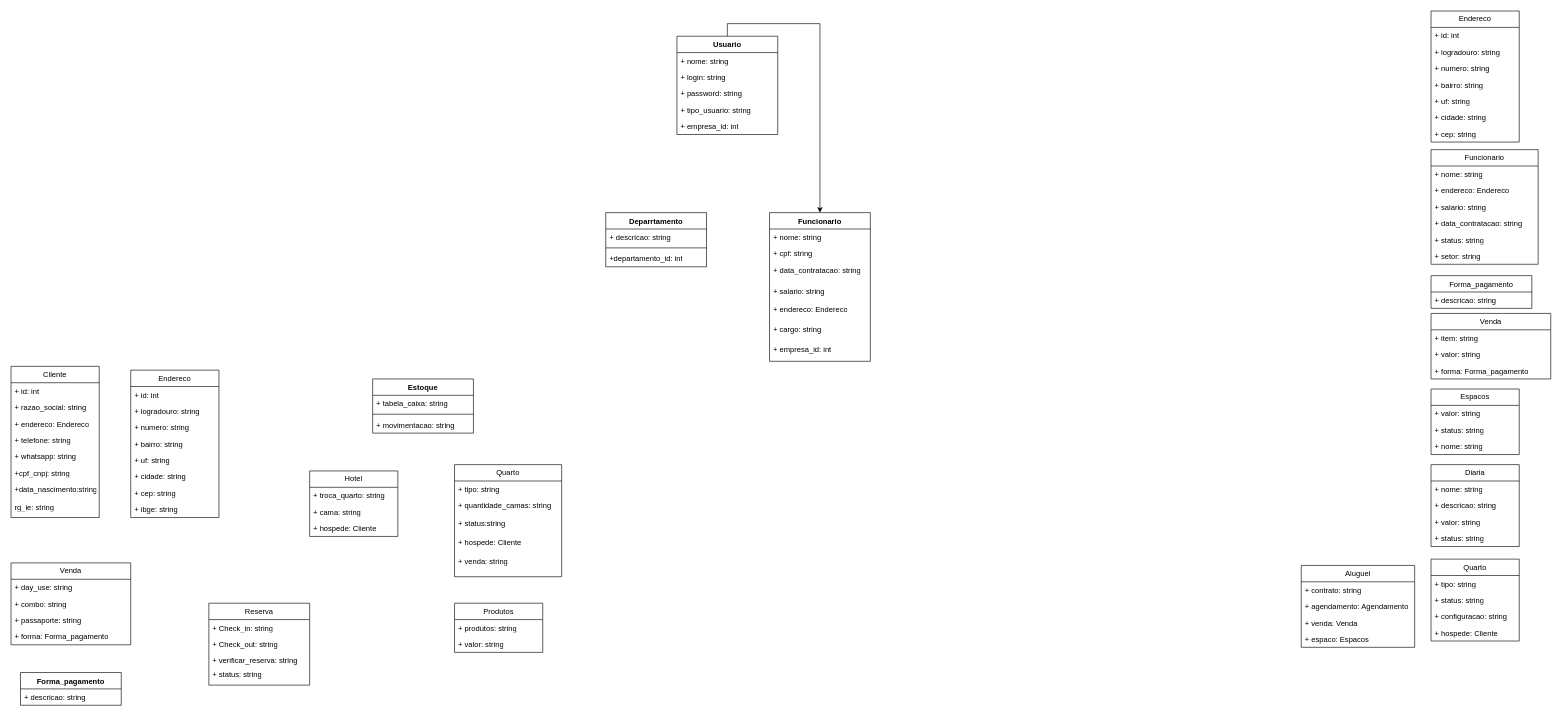
This is page "Geral" (1 of 2) of Diagrama sem nome.drawio from FSOFTSistemas/Lago, a draw.io file, before an edit. Source tidied: cells renumbered, new cells numbered last; positions are measured from the earlier drawing's top-left corner, leaving out a move shared by most shapes. Both pictures are drawn from the tidied source at 63%, with x=0, y=0 at pixel (11, 11).
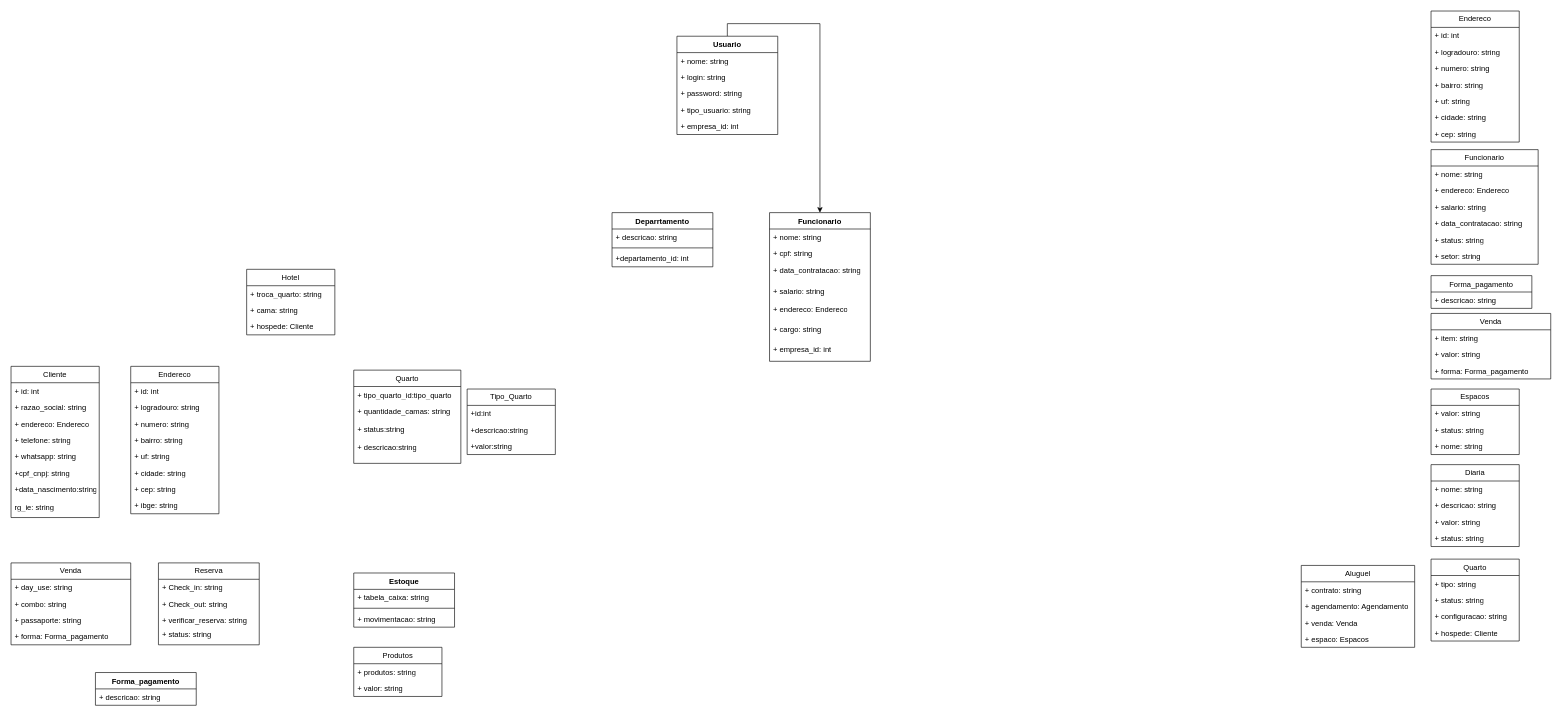
After the change.

Change to the diagram source:
```diff
@@
     <mxCell id="36" value="Forma_pagamento" style="swimlane;fontStyle=1;align=center;verticalAlign=top;horizontal=1;startSize=26;whiteSpace=wrap;html=1;" parent="1" vertex="1">
-      <mxGeometry x="15" y="1050" width="160" height="52" as="geometry" />
+      <mxGeometry x="134" y="1050" width="160" height="52" as="geometry" />
     </mxCell>
@@
     <mxCell id="53" value="Hotel" style="swimlane;fontStyle=0;horizontal=1;startSize=26;fillColor=none;whiteSpace=wrap;html=1;" parent="1" vertex="1">
-      <mxGeometry x="474" y="730" width="140" height="104" as="geometry" />
+      <mxGeometry x="374" y="410" width="140" height="104" as="geometry" />
     </mxCell>
@@
     <mxCell id="57" value="Quarto" style="swimlane;fontStyle=0;horizontal=1;startSize=26;fillColor=none;whiteSpace=wrap;html=1;" parent="1" vertex="1">
-      <mxGeometry x="704" y="720" width="170" height="178" as="geometry" />
+      <mxGeometry x="544" y="570" width="170" height="148" as="geometry" />
     </mxCell>
-    <mxCell id="58" value="+ tipo: string" style="text;strokeColor=none;fillColor=none;align=left;verticalAlign=top;spacingLeft=4;spacingRight=4;overflow=hidden;whiteSpace=wrap;html=1;" parent="57" vertex="1">
+    <mxCell id="58" value="+ tipo_quarto_id:tipo_quarto" style="text;strokeColor=none;fillColor=none;align=left;verticalAlign=top;spacingLeft=4;spacingRight=4;overflow=hidden;whiteSpace=wrap;html=1;" parent="57" vertex="1">
       <mxGeometry y="26" width="170" height="26" as="geometry" />
     </mxCell>
@@
-    <mxCell id="61" value="&lt;div&gt;+ hospede: Cliente&lt;/div&gt;" style="text;strokeColor=none;fillColor=none;align=left;verticalAlign=top;spacingLeft=4;spacingRight=4;overflow=hidden;whiteSpace=wrap;html=1;" parent="57" vertex="1">
-      <mxGeometry y="110" width="170" height="30" as="geometry" />
-    </mxCell>
-    <mxCell id="62" value="+ venda: string" style="text;strokeColor=none;fillColor=none;align=left;verticalAlign=top;spacingLeft=4;spacingRight=4;overflow=hidden;whiteSpace=wrap;html=1;" parent="57" vertex="1">
-      <mxGeometry y="140" width="170" height="38" as="geometry" />
+    <mxCell id="62" value="+ descricao:string" style="text;strokeColor=none;fillColor=none;align=left;verticalAlign=top;spacingLeft=4;spacingRight=4;overflow=hidden;whiteSpace=wrap;html=1;" parent="57" vertex="1">
+      <mxGeometry y="110" width="170" height="38" as="geometry" />
     </mxCell>
     <mxCell id="63" value="Reserva" style="swimlane;fontStyle=0;horizontal=1;startSize=26;fillColor=none;whiteSpace=wrap;html=1;" parent="1" vertex="1">
-      <mxGeometry x="314" y="940" width="160" height="130" as="geometry" />
+      <mxGeometry x="234" y="876" width="160" height="130" as="geometry" />
     </mxCell>
@@
     <mxCell id="68" value="Produtos" style="swimlane;fontStyle=0;horizontal=1;startSize=26;fillColor=none;whiteSpace=wrap;html=1;" parent="1" vertex="1">
-      <mxGeometry x="704" y="940" width="140" height="78" as="geometry" />
+      <mxGeometry x="544" y="1010" width="140" height="78" as="geometry" />
     </mxCell>
@@
     <mxCell id="76" value="Estoque" style="swimlane;fontStyle=1;align=center;verticalAlign=top;horizontal=1;startSize=26;whiteSpace=wrap;html=1;" parent="1" vertex="1">
-      <mxGeometry x="574" y="584" width="160" height="86" as="geometry" />
+      <mxGeometry x="544" y="892" width="160" height="86" as="geometry" />
     </mxCell>
@@
     <mxCell id="95" value="Deparrtamento" style="swimlane;fontStyle=1;align=center;verticalAlign=top;horizontal=1;startSize=26;whiteSpace=wrap;html=1;" parent="1" vertex="1">
-      <mxGeometry x="944" y="320" width="160" height="86" as="geometry" />
+      <mxGeometry x="954" y="320" width="160" height="86" as="geometry" />
     </mxCell>
@@
     <mxCell id="99" value="Endereco" style="swimlane;fontStyle=0;horizontal=1;startSize=26;fillColor=none;whiteSpace=wrap;html=1;" parent="1" vertex="1">
-      <mxGeometry x="190" y="570" width="140" height="234" as="geometry" />
+      <mxGeometry x="190" y="564" width="140" height="234" as="geometry" />
     </mxCell>
@@
+    <mxCell id="108" value="Tipo_Quarto" style="swimlane;fontStyle=0;horizontal=1;startSize=26;fillColor=none;whiteSpace=wrap;html=1;" parent="1" vertex="1">
+      <mxGeometry x="724" y="600" width="140" height="104" as="geometry" />
+    </mxCell>
+    <mxCell id="109" value="+id:int" style="text;strokeColor=none;fillColor=none;align=left;verticalAlign=top;spacingLeft=4;spacingRight=4;overflow=hidden;whiteSpace=wrap;html=1;" parent="108" vertex="1">
+      <mxGeometry y="26" width="140" height="26" as="geometry" />
+    </mxCell>
+    <mxCell id="110" value="+descricao:string" style="text;strokeColor=none;fillColor=none;align=left;verticalAlign=top;spacingLeft=4;spacingRight=4;overflow=hidden;whiteSpace=wrap;html=1;" parent="108" vertex="1">
+      <mxGeometry y="52" width="140" height="26" as="geometry" />
+    </mxCell>
+    <mxCell id="111" value="+valor:string" style="text;strokeColor=none;fillColor=none;align=left;verticalAlign=top;spacingLeft=4;spacingRight=4;overflow=hidden;whiteSpace=wrap;html=1;" parent="108" vertex="1">
+      <mxGeometry y="78" width="140" height="26" as="geometry" />
+    </mxCell>
```
